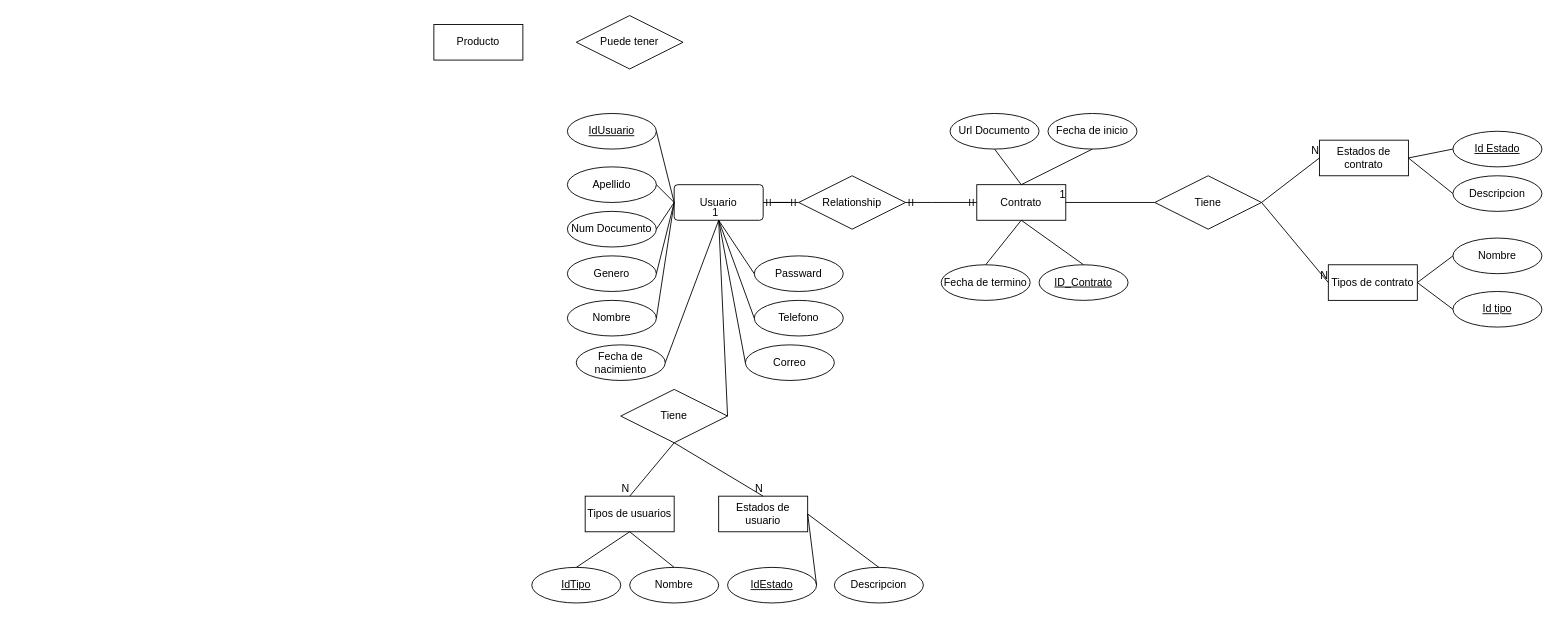
Djkendo01/Rep_CursoNet01 keeps this draw.io diagram as Untitled Diagram.drawio. Above is the earlier version. Source tidied: cells renumbered, new cells numbered last; positions are measured from the earlier drawing's top-left corner, leaving out a move shared by most shapes. Both pictures are drawn from the tidied source at 89%, with x=0, y=0 at pixel (433, 15).
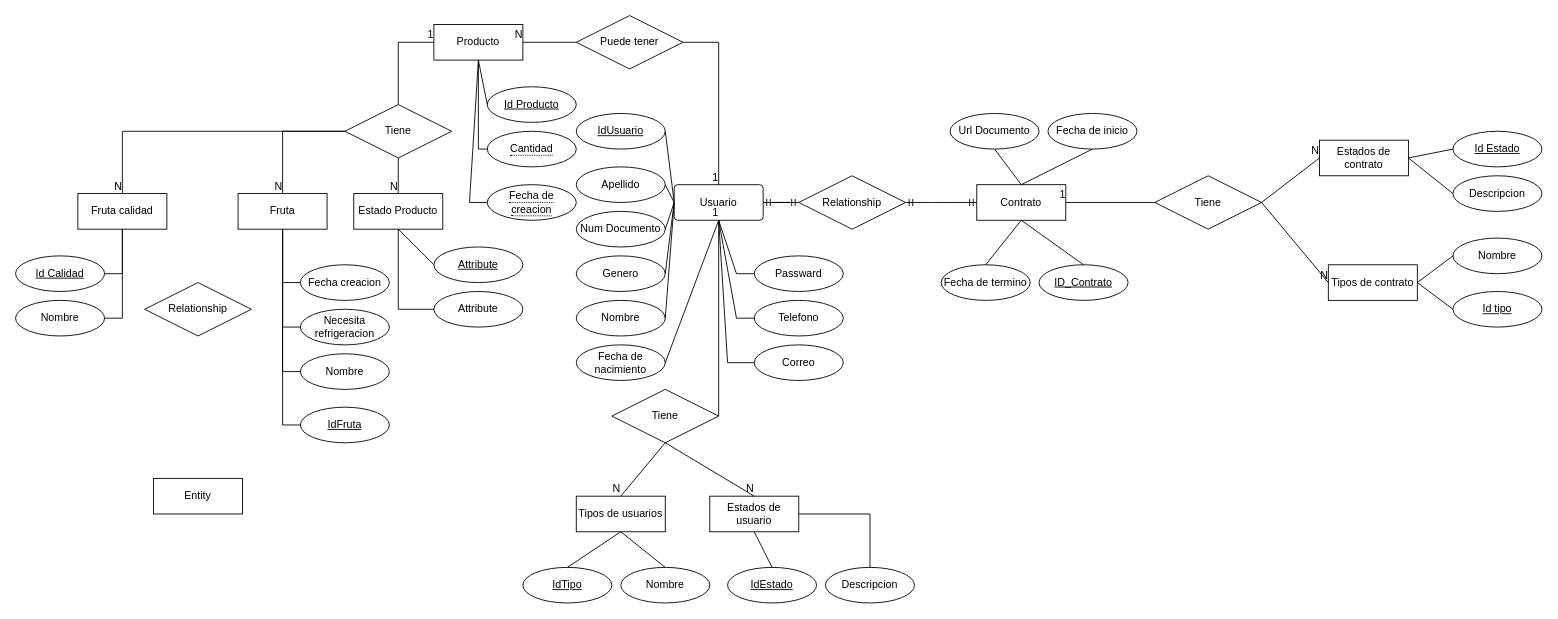
Above is the later version.

Unchanged cells that the change refers to:
```xml
<mxCell id="29" value="Usuario" style="rounded=1;arcSize=10;whiteSpace=wrap;html=1;align=center;" parent="1" vertex="1">
  <mxGeometry x="270" y="190" width="100" height="40" as="geometry" />
</mxCell>
<mxCell id="41" value="IdEstado" style="ellipse;whiteSpace=wrap;html=1;align=center;fontStyle=4;" parent="1" vertex="1">
  <mxGeometry x="330" y="620" width="100" height="40" as="geometry" />
</mxCell>
<mxCell id="54" value="Telefono" style="ellipse;whiteSpace=wrap;html=1;align=center;" parent="1" vertex="1">
  <mxGeometry x="360" y="320" width="100" height="40" as="geometry" />
</mxCell>
<mxCell id="55" value="Passward" style="ellipse;whiteSpace=wrap;html=1;align=center;" parent="1" vertex="1">
  <mxGeometry x="360" y="270" width="100" height="40" as="geometry" />
</mxCell>
<mxCell id="67" value="Puede tener" style="shape=rhombus;perimeter=rhombusPerimeter;whiteSpace=wrap;html=1;align=center;" parent="1" vertex="1">
  <mxGeometry x="160" width="120" height="60" as="geometry" />
</mxCell>
<mxCell id="68" value="Producto" style="whiteSpace=wrap;html=1;align=center;" parent="1" vertex="1">
  <mxGeometry y="10" width="100" height="40" as="geometry" />
</mxCell>
```

The edit, as a diff of the source:
```diff
@@
     <mxCell id="30" value="Tiene" style="shape=rhombus;perimeter=rhombusPerimeter;whiteSpace=wrap;html=1;align=center;" parent="1" vertex="1">
-      <mxGeometry x="210" y="420" width="120" height="60" as="geometry" />
+      <mxGeometry x="200" y="420" width="120" height="60" as="geometry" />
     </mxCell>
     <mxCell id="31" value="Tipos de usuarios" style="whiteSpace=wrap;html=1;align=center;" parent="1" vertex="1">
-      <mxGeometry x="170" y="540" width="100" height="40" as="geometry" />
+      <mxGeometry x="160" y="540" width="100" height="40" as="geometry" />
     </mxCell>
     <mxCell id="32" value="Estados de usuario" style="whiteSpace=wrap;html=1;align=center;" parent="1" vertex="1">
-      <mxGeometry x="320" y="540" width="100" height="40" as="geometry" />
+      <mxGeometry x="310" y="540" width="100" height="40" as="geometry" />
     </mxCell>
@@
     <mxCell id="39" value="IdTipo" style="ellipse;whiteSpace=wrap;html=1;align=center;fontStyle=4;" parent="1" vertex="1">
-      <mxGeometry x="110" y="620" width="100" height="40" as="geometry" />
+      <mxGeometry x="100" y="620" width="100" height="40" as="geometry" />
     </mxCell>
     <mxCell id="40" value="Nombre" style="ellipse;whiteSpace=wrap;html=1;align=center;" parent="1" vertex="1">
-      <mxGeometry x="220" y="620" width="100" height="40" as="geometry" />
+      <mxGeometry x="210" y="620" width="100" height="40" as="geometry" />
     </mxCell>
@@
     <mxCell id="42" value="Descripcion" style="ellipse;whiteSpace=wrap;html=1;align=center;" parent="1" vertex="1">
-      <mxGeometry x="450" y="620" width="100" height="40" as="geometry" />
+      <mxGeometry x="440" y="620" width="100" height="40" as="geometry" />
     </mxCell>
     <mxCell id="43" style="endArrow=none;html=1;rounded=0;exitX=1;exitY=0.5;exitDx=0;exitDy=0;entryX=0.5;entryY=0;entryDx=0;entryDy=0;" parent="1" edge="1" source="32" target="42">
-      <mxGeometry relative="1" as="geometry" />
+      <mxGeometry relative="1" as="geometry">
+        <Array as="points">
+          <mxPoint x="490" y="560" />
+        </Array>
+      </mxGeometry>
     </mxCell>
-    <mxCell id="44" style="endArrow=none;html=1;rounded=0;exitX=1;exitY=0.5;exitDx=0;exitDy=0;entryX=1;entryY=0.5;entryDx=0;entryDy=0;" parent="1" edge="1" source="32" target="41">
+    <mxCell id="44" style="endArrow=none;html=1;rounded=0;exitX=0.5;exitY=1;exitDx=0;exitDy=0;entryX=0.5;entryY=0;entryDx=0;entryDy=0;" parent="1" edge="1" source="32" target="41">
       <mxGeometry relative="1" as="geometry" />
     </mxCell>
@@
     <mxCell id="47" value="IdUsuario" style="ellipse;whiteSpace=wrap;html=1;align=center;fontStyle=4;" parent="1" vertex="1">
-      <mxGeometry x="150" y="110" width="100" height="40" as="geometry" />
+      <mxGeometry x="160" y="110" width="100" height="40" as="geometry" />
     </mxCell>
     <mxCell id="48" value="Correo" style="ellipse;whiteSpace=wrap;html=1;align=center;" parent="1" vertex="1">
-      <mxGeometry x="350" y="370" width="100" height="40" as="geometry" />
+      <mxGeometry x="360" y="370" width="100" height="40" as="geometry" />
     </mxCell>
     <mxCell id="49" value="Genero" style="ellipse;whiteSpace=wrap;html=1;align=center;" parent="1" vertex="1">
-      <mxGeometry x="150" y="270" width="100" height="40" as="geometry" />
+      <mxGeometry x="160" y="270" width="100" height="40" as="geometry" />
     </mxCell>
@@
     <mxCell id="51" value="Apellido" style="ellipse;whiteSpace=wrap;html=1;align=center;" parent="1" vertex="1">
-      <mxGeometry x="150" y="170" width="100" height="40" as="geometry" />
+      <mxGeometry x="160" y="170" width="100" height="40" as="geometry" />
     </mxCell>
     <mxCell id="52" value="Nombre" style="ellipse;whiteSpace=wrap;html=1;align=center;" parent="1" vertex="1">
-      <mxGeometry x="150" y="320" width="100" height="40" as="geometry" />
+      <mxGeometry x="160" y="320" width="100" height="40" as="geometry" />
     </mxCell>
     <mxCell id="53" value="Num Documento" style="ellipse;whiteSpace=wrap;html=1;align=center;" parent="1" vertex="1">
-      <mxGeometry x="150" y="220" width="100" height="40" as="geometry" />
+      <mxGeometry x="160" y="220" width="100" height="40" as="geometry" />
     </mxCell>
@@
     <mxCell id="61" style="endArrow=none;html=1;rounded=0;exitX=0.5;exitY=1;exitDx=0;exitDy=0;entryX=0;entryY=0.5;entryDx=0;entryDy=0;" parent="1" edge="1" source="29" target="55">
-      <mxGeometry relative="1" as="geometry" />
+      <mxGeometry relative="1" as="geometry">
+        <Array as="points">
+          <mxPoint x="340" y="290" />
+        </Array>
+      </mxGeometry>
     </mxCell>
@@
     <mxCell id="63" style="endArrow=none;html=1;rounded=0;exitX=0.5;exitY=1;exitDx=0;exitDy=0;entryX=0;entryY=0.5;entryDx=0;entryDy=0;" parent="1" edge="1" source="29" target="48">
-      <mxGeometry relative="1" as="geometry" />
+      <mxGeometry relative="1" as="geometry">
+        <Array as="points">
+          <mxPoint x="330" y="390" />
+        </Array>
+      </mxGeometry>
     </mxCell>
     <mxCell id="64" style="endArrow=none;html=1;rounded=0;exitX=0.5;exitY=1;exitDx=0;exitDy=0;entryX=0;entryY=0.5;entryDx=0;entryDy=0;" parent="1" edge="1" source="29" target="54">
-      <mxGeometry relative="1" as="geometry" />
+      <mxGeometry relative="1" as="geometry">
+        <Array as="points">
+          <mxPoint x="340" y="340" />
+        </Array>
+      </mxGeometry>
     </mxCell>
@@
+    <mxCell id="69" style="endArrow=none;html=1;rounded=0;entryX=0.5;entryY=0;entryDx=0;entryDy=0;exitX=1;exitY=0.5;exitDx=0;exitDy=0;" parent="1" edge="1" source="67" target="29">
+      <mxGeometry relative="1" as="geometry">
+        <Array as="points">
+          <mxPoint x="320" y="30" />
+        </Array>
+      </mxGeometry>
+    </mxCell>
+    <mxCell id="70" value="1" style="html=1;align=right;verticalAlign=bottom;" parent="69" vertex="1">
+      <mxGeometry x="1" relative="1" as="geometry" />
+    </mxCell>
+    <mxCell id="71" style="endArrow=none;html=1;rounded=0;exitX=0;exitY=0.5;exitDx=0;exitDy=0;entryX=1;entryY=0.5;entryDx=0;entryDy=0;" parent="1" edge="1" source="67" target="68">
+      <mxGeometry relative="1" as="geometry" />
+    </mxCell>
+    <mxCell id="72" value="N" style="html=1;align=right;verticalAlign=bottom;" parent="71" vertex="1">
+      <mxGeometry x="1" relative="1" as="geometry" />
+    </mxCell>
+    <mxCell id="73" value="&lt;span style=&quot;border-bottom: 1px dotted&quot;&gt;Fecha de creacion&lt;br&gt;&lt;/span&gt;" style="ellipse;whiteSpace=wrap;html=1;align=center;" parent="1" vertex="1">
+      <mxGeometry x="60" y="190" width="100" height="40" as="geometry" />
+    </mxCell>
+    <mxCell id="74" value="Id Producto" style="ellipse;whiteSpace=wrap;html=1;align=center;fontStyle=4;" parent="1" vertex="1">
+      <mxGeometry x="60" y="80" width="100" height="40" as="geometry" />
+    </mxCell>
+    <mxCell id="75" value="&lt;span style=&quot;border-bottom: 1px dotted&quot;&gt;Cantidad&lt;/span&gt;" style="ellipse;whiteSpace=wrap;html=1;align=center;" parent="1" vertex="1">
+      <mxGeometry x="60" y="130" width="100" height="40" as="geometry" />
+    </mxCell>
+    <mxCell id="76" style="endArrow=none;html=1;rounded=0;exitX=0;exitY=0.5;exitDx=0;exitDy=0;entryX=0.5;entryY=1;entryDx=0;entryDy=0;" parent="1" edge="1" source="74" target="68">
+      <mxGeometry relative="1" as="geometry" />
+    </mxCell>
+    <mxCell id="77" style="endArrow=none;html=1;rounded=0;entryX=0;entryY=0.5;entryDx=0;entryDy=0;exitX=0.5;exitY=1;exitDx=0;exitDy=0;" parent="1" edge="1" source="68" target="75">
+      <mxGeometry relative="1" as="geometry">
+        <Array as="points">
+          <mxPoint x="50" y="150" />
+        </Array>
+      </mxGeometry>
+    </mxCell>
+    <mxCell id="78" style="endArrow=none;html=1;rounded=0;entryX=0;entryY=0.5;entryDx=0;entryDy=0;exitX=0.5;exitY=1;exitDx=0;exitDy=0;" parent="1" edge="1" source="68" target="73">
+      <mxGeometry relative="1" as="geometry">
+        <Array as="points">
+          <mxPoint x="40" y="210" />
+        </Array>
+      </mxGeometry>
+    </mxCell>
+    <mxCell id="79" value="Tiene" style="shape=rhombus;perimeter=rhombusPerimeter;whiteSpace=wrap;html=1;align=center;" parent="1" vertex="1">
+      <mxGeometry x="-100" y="100" width="120" height="60" as="geometry" />
+    </mxCell>
+    <mxCell id="80" value="Estado Producto" style="whiteSpace=wrap;html=1;align=center;" parent="1" vertex="1">
+      <mxGeometry x="-90" y="200" width="100" height="40" as="geometry" />
+    </mxCell>
+    <mxCell id="81" style="endArrow=none;html=1;rounded=0;entryX=0;entryY=0.5;entryDx=0;entryDy=0;exitX=0.5;exitY=0;exitDx=0;exitDy=0;" parent="1" edge="1" source="79" target="68">
+      <mxGeometry relative="1" as="geometry">
+        <Array as="points">
+          <mxPoint x="-40" y="30" />
+        </Array>
+      </mxGeometry>
+    </mxCell>
+    <mxCell id="82" value="1" style="html=1;align=right;verticalAlign=bottom;" parent="81" vertex="1">
+      <mxGeometry x="1" relative="1" as="geometry" />
+    </mxCell>
+    <mxCell id="83" style="endArrow=none;html=1;rounded=0;exitX=0.5;exitY=1;exitDx=0;exitDy=0;entryX=0.5;entryY=0;entryDx=0;entryDy=0;" parent="1" edge="1" source="79" target="80">
+      <mxGeometry relative="1" as="geometry" />
+    </mxCell>
+    <mxCell id="84" value="N" style="html=1;align=right;verticalAlign=bottom;" parent="83" vertex="1">
+      <mxGeometry x="1" relative="1" as="geometry" />
+    </mxCell>
+    <mxCell id="85" value="Attribute" style="ellipse;whiteSpace=wrap;html=1;align=center;fontStyle=4;" parent="1" vertex="1">
+      <mxGeometry y="260" width="100" height="40" as="geometry" />
+    </mxCell>
+    <mxCell id="86" value="Attribute" style="ellipse;whiteSpace=wrap;html=1;align=center;" parent="1" vertex="1">
+      <mxGeometry y="310" width="100" height="40" as="geometry" />
+    </mxCell>
+    <mxCell id="87" style="endArrow=none;html=1;rounded=0;entryX=0.5;entryY=1;entryDx=0;entryDy=0;exitX=0;exitY=0.5;exitDx=0;exitDy=0;" parent="1" edge="1" source="85" target="80">
+      <mxGeometry relative="1" as="geometry" />
+    </mxCell>
+    <mxCell id="88" style="endArrow=none;html=1;rounded=0;exitX=0;exitY=0.5;exitDx=0;exitDy=0;entryX=0.5;entryY=1;entryDx=0;entryDy=0;" parent="1" edge="1" source="86" target="80">
+      <mxGeometry relative="1" as="geometry">
+        <Array as="points">
+          <mxPoint x="-40" y="330" />
+        </Array>
+      </mxGeometry>
+    </mxCell>
+    <mxCell id="89" value="Fruta" style="whiteSpace=wrap;html=1;align=center;" parent="1" vertex="1">
+      <mxGeometry x="-220" y="200" width="100" height="40" as="geometry" />
+    </mxCell>
+    <mxCell id="90" style="endArrow=none;html=1;rounded=0;exitX=0;exitY=0.5;exitDx=0;exitDy=0;entryX=0.5;entryY=0;entryDx=0;entryDy=0;" parent="1" edge="1" source="79" target="89">
+      <mxGeometry relative="1" as="geometry">
+        <Array as="points">
+          <mxPoint x="-170" y="130" />
+        </Array>
+      </mxGeometry>
+    </mxCell>
+    <mxCell id="91" value="N" style="html=1;align=right;verticalAlign=bottom;" parent="90" vertex="1">
+      <mxGeometry x="1" relative="1" as="geometry" />
+    </mxCell>
+    <mxCell id="92" value="IdFruta" style="ellipse;whiteSpace=wrap;html=1;align=center;fontStyle=4;" parent="1" vertex="1">
+      <mxGeometry x="-150" y="440" width="100" height="40" as="geometry" />
+    </mxCell>
+    <mxCell id="93" value="Nombre" style="ellipse;whiteSpace=wrap;html=1;align=center;" parent="1" vertex="1">
+      <mxGeometry x="-150" y="380" width="100" height="40" as="geometry" />
+    </mxCell>
+    <mxCell id="94" value="Fecha creacion" style="ellipse;whiteSpace=wrap;html=1;align=center;" parent="1" vertex="1">
+      <mxGeometry x="-150" y="280" width="100" height="40" as="geometry" />
+    </mxCell>
+    <mxCell id="95" value="Necesita refrigeracion" style="ellipse;whiteSpace=wrap;html=1;align=center;" parent="1" vertex="1">
+      <mxGeometry x="-150" y="330" width="100" height="40" as="geometry" />
+    </mxCell>
+    <mxCell id="96" style="endArrow=none;html=1;rounded=0;exitX=0.5;exitY=1;exitDx=0;exitDy=0;entryX=0;entryY=0.5;entryDx=0;entryDy=0;" parent="1" edge="1" source="89" target="92">
+      <mxGeometry relative="1" as="geometry">
+        <Array as="points">
+          <mxPoint x="-170" y="460" />
+        </Array>
+      </mxGeometry>
+    </mxCell>
+    <mxCell id="97" style="endArrow=none;html=1;rounded=0;exitX=0.5;exitY=1;exitDx=0;exitDy=0;entryX=0;entryY=0.5;entryDx=0;entryDy=0;" parent="1" edge="1" source="89" target="93">
+      <mxGeometry relative="1" as="geometry">
+        <Array as="points">
+          <mxPoint x="-170" y="400" />
+        </Array>
+      </mxGeometry>
+    </mxCell>
+    <mxCell id="98" style="endArrow=none;html=1;rounded=0;exitX=0.5;exitY=1;exitDx=0;exitDy=0;entryX=0;entryY=0.5;entryDx=0;entryDy=0;" parent="1" edge="1" source="89" target="94">
+      <mxGeometry relative="1" as="geometry">
+        <Array as="points">
+          <mxPoint x="-170" y="300" />
+        </Array>
+      </mxGeometry>
+    </mxCell>
+    <mxCell id="99" style="endArrow=none;html=1;rounded=0;exitX=0.5;exitY=1;exitDx=0;exitDy=0;entryX=0;entryY=0.5;entryDx=0;entryDy=0;" parent="1" edge="1" source="89" target="95">
+      <mxGeometry relative="1" as="geometry">
+        <Array as="points">
+          <mxPoint x="-170" y="350" />
+        </Array>
+      </mxGeometry>
+    </mxCell>
+    <mxCell id="100" value="Fruta calidad" style="whiteSpace=wrap;html=1;align=center;" parent="1" vertex="1">
+      <mxGeometry x="-400" y="200" width="100" height="40" as="geometry" />
+    </mxCell>
+    <mxCell id="101" style="endArrow=none;html=1;rounded=0;exitX=0;exitY=0.5;exitDx=0;exitDy=0;entryX=0.5;entryY=0;entryDx=0;entryDy=0;" parent="1" edge="1" source="79" target="100">
+      <mxGeometry relative="1" as="geometry">
+        <Array as="points">
+          <mxPoint x="-350" y="130" />
+        </Array>
+      </mxGeometry>
+    </mxCell>
+    <mxCell id="102" value="N" style="html=1;align=right;verticalAlign=bottom;" parent="101" vertex="1">
+      <mxGeometry x="1" relative="1" as="geometry" />
+    </mxCell>
+    <mxCell id="103" value="Nombre" style="ellipse;whiteSpace=wrap;html=1;align=center;" parent="1" vertex="1">
+      <mxGeometry x="-470" y="320" width="100" height="40" as="geometry" />
+    </mxCell>
+    <mxCell id="104" value="Id Calidad" style="ellipse;whiteSpace=wrap;html=1;align=center;fontStyle=4;" parent="1" vertex="1">
+      <mxGeometry x="-470" y="270" width="100" height="40" as="geometry" />
+    </mxCell>
+    <mxCell id="105" style="endArrow=none;html=1;rounded=0;exitX=0.5;exitY=1;exitDx=0;exitDy=0;entryX=1;entryY=0.5;entryDx=0;entryDy=0;" parent="1" edge="1" source="100" target="104">
+      <mxGeometry relative="1" as="geometry">
+        <Array as="points">
+          <mxPoint x="-350" y="290" />
+        </Array>
+      </mxGeometry>
+    </mxCell>
+    <mxCell id="106" style="endArrow=none;html=1;rounded=0;exitX=0.5;exitY=1;exitDx=0;exitDy=0;entryX=1;entryY=0.5;entryDx=0;entryDy=0;" parent="1" edge="1" source="100" target="103">
+      <mxGeometry relative="1" as="geometry">
+        <Array as="points">
+          <mxPoint x="-350" y="340" />
+        </Array>
+      </mxGeometry>
+    </mxCell>
+    <mxCell id="107" value="Entity" style="whiteSpace=wrap;html=1;align=center;" parent="1" vertex="1">
+      <mxGeometry x="-315" y="520" width="100" height="40" as="geometry" />
+    </mxCell>
+    <mxCell id="108" value="Relationship" style="shape=rhombus;perimeter=rhombusPerimeter;whiteSpace=wrap;html=1;align=center;" parent="1" vertex="1">
+      <mxGeometry x="-325" y="300" width="120" height="60" as="geometry" />
+    </mxCell>
```
